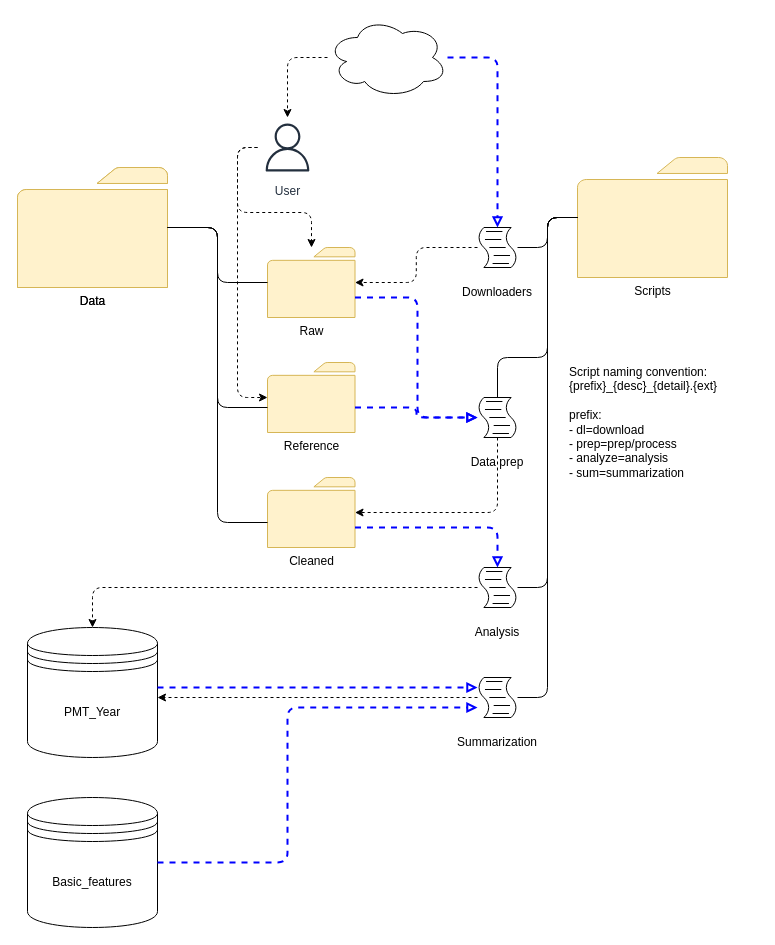
The draw.io diagram page "BasicDir" (1 of 2) of Untitled Diagram.drawio in renaissanceplanning/Miami-TOD-PMT, before the edit. Source tidied: cells renumbered, new cells numbered last; positions are measured from the earlier drawing's top-left corner, leaving out a move shared by most shapes. Both pictures are drawn from the tidied source at 100%, with x=0, y=0 at pixel (17, 17).
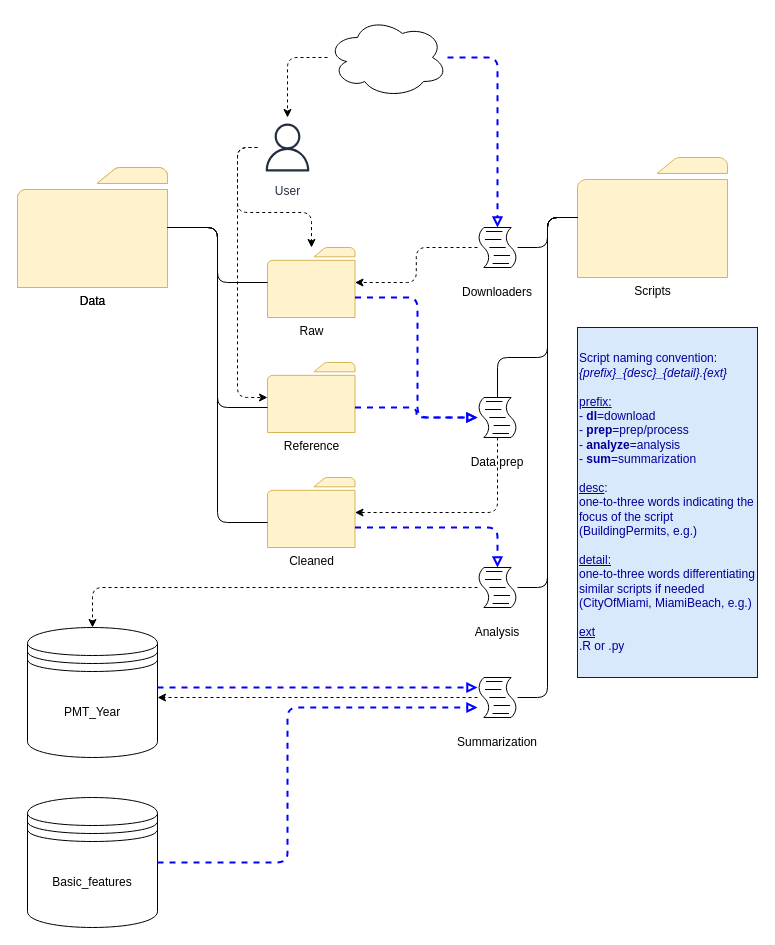
After the change.

Diff of the diagram source:
```diff
@@
-    <mxCell id="36" value="&lt;div&gt;Script naming convention:&lt;/div&gt;&lt;div&gt;{prefix}_{desc}_{detail}.{ext}&lt;/div&gt;&lt;div&gt;&lt;br&gt;&lt;/div&gt;&lt;div&gt;prefix: &lt;br&gt;&lt;/div&gt;&lt;div&gt;- dl=download&lt;/div&gt;&lt;div&gt;- prep=prep/process&lt;/div&gt;&lt;div&gt;- analyze=analysis&lt;/div&gt;&lt;div&gt;- sum=summarization&lt;br&gt;&lt;/div&gt;" style="text;html=1;strokeColor=none;fillColor=none;align=left;verticalAlign=middle;whiteSpace=wrap;rounded=0;" parent="1" vertex="1">
-      <mxGeometry x="550" y="330" width="180" height="150" as="geometry" />
+    <mxCell id="36" value="&lt;div&gt;Script naming convention:&lt;/div&gt;&lt;div&gt;&lt;i&gt;{prefix}_{desc}_{detail}.{ext}&lt;/i&gt;&lt;/div&gt;&lt;div&gt;&lt;br&gt;&lt;/div&gt;&lt;div&gt;&lt;u&gt;prefix: &lt;/u&gt;&lt;br&gt;&lt;/div&gt;&lt;div&gt;- &lt;b&gt;dl&lt;/b&gt;=download&lt;/div&gt;&lt;div&gt;- &lt;b&gt;prep&lt;/b&gt;=prep/process&lt;/div&gt;&lt;div&gt;- &lt;b&gt;analyze&lt;/b&gt;=analysis&lt;/div&gt;&lt;div&gt;- &lt;b&gt;sum&lt;/b&gt;=summarization&lt;/div&gt;&lt;div&gt;&lt;br&gt;&lt;/div&gt;&lt;div&gt;&lt;u&gt;desc&lt;/u&gt;: &lt;br&gt;&lt;/div&gt;&lt;div&gt;one-to-three words indicating the focus of the script (BuildingPermits, e.g.)&lt;/div&gt;&lt;div&gt;&lt;br&gt;&lt;/div&gt;&lt;div&gt;&lt;u&gt;detail:&lt;/u&gt;&lt;/div&gt;&lt;div&gt;one-to-three words differentiating similar scripts if needed (CityOfMiami, MiamiBeach, e.g.)&lt;/div&gt;&lt;div&gt;&lt;br&gt;&lt;/div&gt;&lt;div&gt;&lt;u&gt;ext&lt;/u&gt;&lt;/div&gt;&lt;div&gt;.R or .py&lt;/div&gt;" style="text;html=1;align=left;verticalAlign=middle;whiteSpace=wrap;rounded=0;fillColor=#dae8fc;strokeColor=#0000FF;fontColor=#000099;" parent="1" vertex="1">
+      <mxGeometry x="560" y="310" width="180" height="350" as="geometry" />
     </mxCell>
@@
+    <mxCell id="45" style="edgeStyle=orthogonalEdgeStyle;rounded=1;orthogonalLoop=1;jettySize=auto;html=1;exitX=0.5;exitY=1;exitDx=0;exitDy=0;dashed=1;endArrow=block;endFill=0;strokeColor=#0000FF;strokeWidth=2;fontColor=#000099;" parent="1" edge="1" source="36" target="36">
+      <mxGeometry relative="1" as="geometry" />
+    </mxCell>
```
